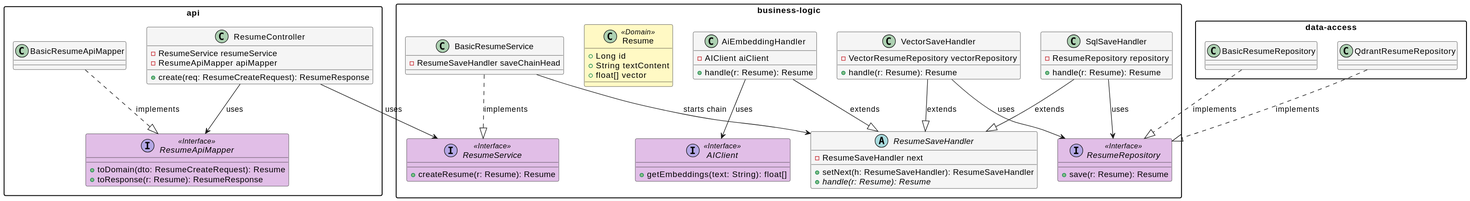
Earlier version of the PlantUML export docs/img/resume.svg (ofdun/JobFinder). Source of this version:
```plantuml
@startuml
skinparam ClassBackgroundColor #F5F5F5
skinparam PackageStyle rectangle
skinparam shadowing false

package "api" {
    class ResumeController {
        - ResumeService resumeService
        - ResumeApiMapper apiMapper
        + create(req: ResumeCreateRequest): ResumeResponse
    }

    interface ResumeApiMapper <<Interface>> #E1BEE7 {
        + toDomain(dto: ResumeCreateRequest): Resume
        + toResponse(r: Resume): ResumeResponse
    }

    class BasicResumeApiMapper
}

package "business-logic" {
    interface ResumeService <<Interface>> #E1BEE7 {
        + createResume(r: Resume): Resume
    }

    class BasicResumeService {
        - ResumeSaveHandler saveChainHead
    }

    class Resume <<Domain>> #FFF9C4 {
        + Long id
        + String textContent
        + float[] vector
    }

    abstract class ResumeSaveHandler #F5F5F5 {
        - ResumeSaveHandler next
        + setNext(h: ResumeSaveHandler): ResumeSaveHandler
        + {abstract} handle(r: Resume): Resume
    }

    class SqlSaveHandler {
        - ResumeRepository repository
        + handle(r: Resume): Resume
    }

    class AiEmbeddingHandler {
        - AIClient aiClient
        + handle(r: Resume): Resume
    }

    class VectorSaveHandler {
        - VectorResumeRepository vectorRepository
        + handle(r: Resume): Resume
    }

    interface AIClient <<Interface>> #E1BEE7 {
        + getEmbeddings(text: String): float[]
    }

    interface ResumeRepository <<Interface>> #E1BEE7 {
        + save(r: Resume): Resume
    }
}

package "data-access" {
    class BasicResumeRepository
    class QdrantResumeRepository
}

ResumeController --> ResumeService : uses
ResumeController --> ResumeApiMapper : uses
BasicResumeApiMapper ..|> ResumeApiMapper : implements

BasicResumeService ..|> ResumeService : implements
BasicResumeService --> ResumeSaveHandler : starts chain

SqlSaveHandler --|> ResumeSaveHandler : extends
AiEmbeddingHandler --|> ResumeSaveHandler : extends
VectorSaveHandler --|> ResumeSaveHandler : extends

SqlSaveHandler --> ResumeRepository : uses
AiEmbeddingHandler --> AIClient : uses
VectorSaveHandler --> ResumeRepository : uses

BasicResumeRepository ..|> ResumeRepository : implements
QdrantResumeRepository ..|> ResumeRepository : implements
@enduml
```
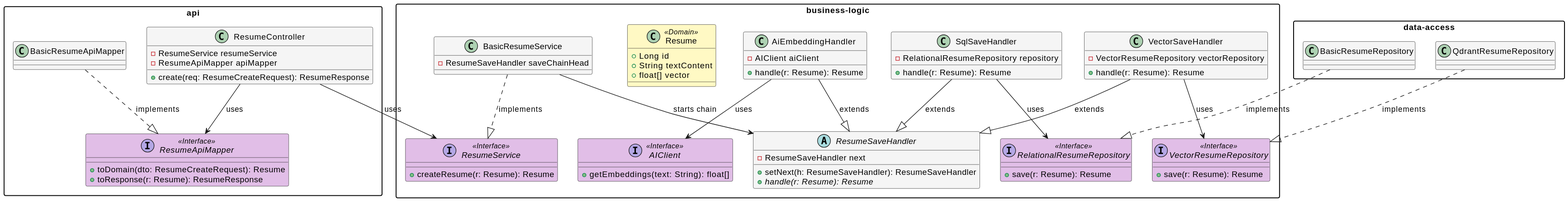
Later version of the same file.

The edit, as a diff of the source:
```diff
@@ -40,7 +40,7 @@
     }
 
     class SqlSaveHandler {
-        - ResumeRepository repository
+        - RelationalResumeRepository repository
         + handle(r: Resume): Resume
     }
 
@@ -58,7 +58,11 @@
         + getEmbeddings(text: String): float[]
     }
 
-    interface ResumeRepository <<Interface>> #E1BEE7 {
+    interface RelationalResumeRepository <<Interface>> #E1BEE7 {
+        + save(r: Resume): Resume
+    }
+
+    interface VectorResumeRepository <<Interface>> #E1BEE7 {
         + save(r: Resume): Resume
     }
 }
@@ -79,10 +83,10 @@
 AiEmbeddingHandler --|> ResumeSaveHandler : extends
 VectorSaveHandler --|> ResumeSaveHandler : extends
 
-SqlSaveHandler --> ResumeRepository : uses
+SqlSaveHandler --> RelationalResumeRepository : uses
 AiEmbeddingHandler --> AIClient : uses
-VectorSaveHandler --> ResumeRepository : uses
+VectorSaveHandler --> VectorResumeRepository : uses
 
-BasicResumeRepository ..|> ResumeRepository : implements
-QdrantResumeRepository ..|> ResumeRepository : implements
+BasicResumeRepository ..|> RelationalResumeRepository : implements
+QdrantResumeRepository ..|> VectorResumeRepository : implements
 @enduml
```
